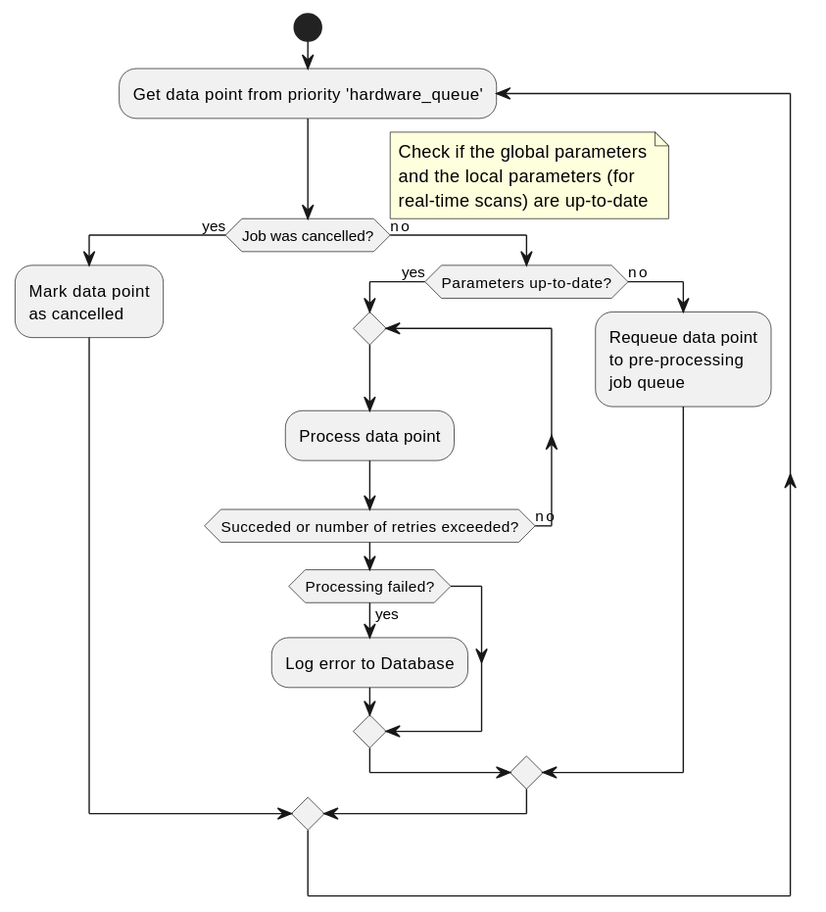
The PlantUML diagram docs/plantuml_diagrams/hardware_worker.svg in tiqi-group/icon, before a commit. The source it was exported from:
```plantuml
@startuml
start
repeat :Get data point from priority 'hardware_queue';
    if (Job was cancelled?) then (yes)
        :Mark data point
        as cancelled;
    else (no)
        note right
            Check if the global parameters
            and the local parameters (for
            real-time scans) are up-to-date
        end note
        if (Parameters up-to-date?) then (yes)
            repeat
                :Process data point;
            repeat while (Succeded or number of retries exceeded?) is (no)
            if (Processing failed?) then (yes)
                :Log error to Database;
            endif
        else (no)
            :Requeue data point
            to pre-processing
            job queue;
        endif
    endif
@enduml
```
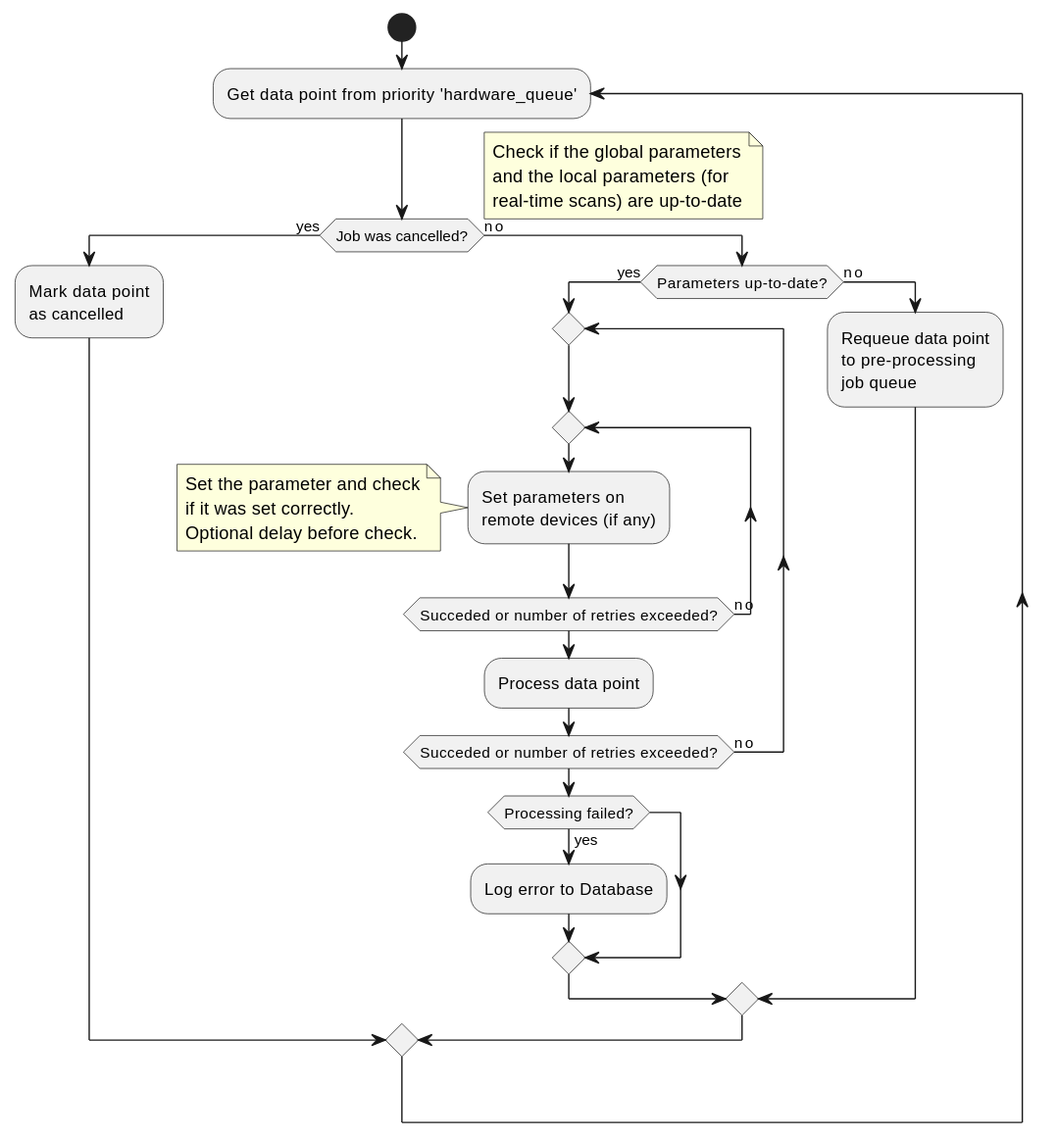
Above is the later version.

Commit message:
docs: updates hardware and pre-processing worker diagrams

Diff of the diagram source:
```diff
@@ -12,6 +12,15 @@
         end note
         if (Parameters up-to-date?) then (yes)
             repeat
+                repeat
+                    :Set parameters on
+                    remote devices (if any);
+                    note
+                        Set the parameter and check
+                        if it was set correctly.
+                        Optional delay before check.
+                    end note
+                repeat while (Succeded or number of retries exceeded?) is (no)
                 :Process data point;
             repeat while (Succeded or number of retries exceeded?) is (no)
             if (Processing failed?) then (yes)
```
